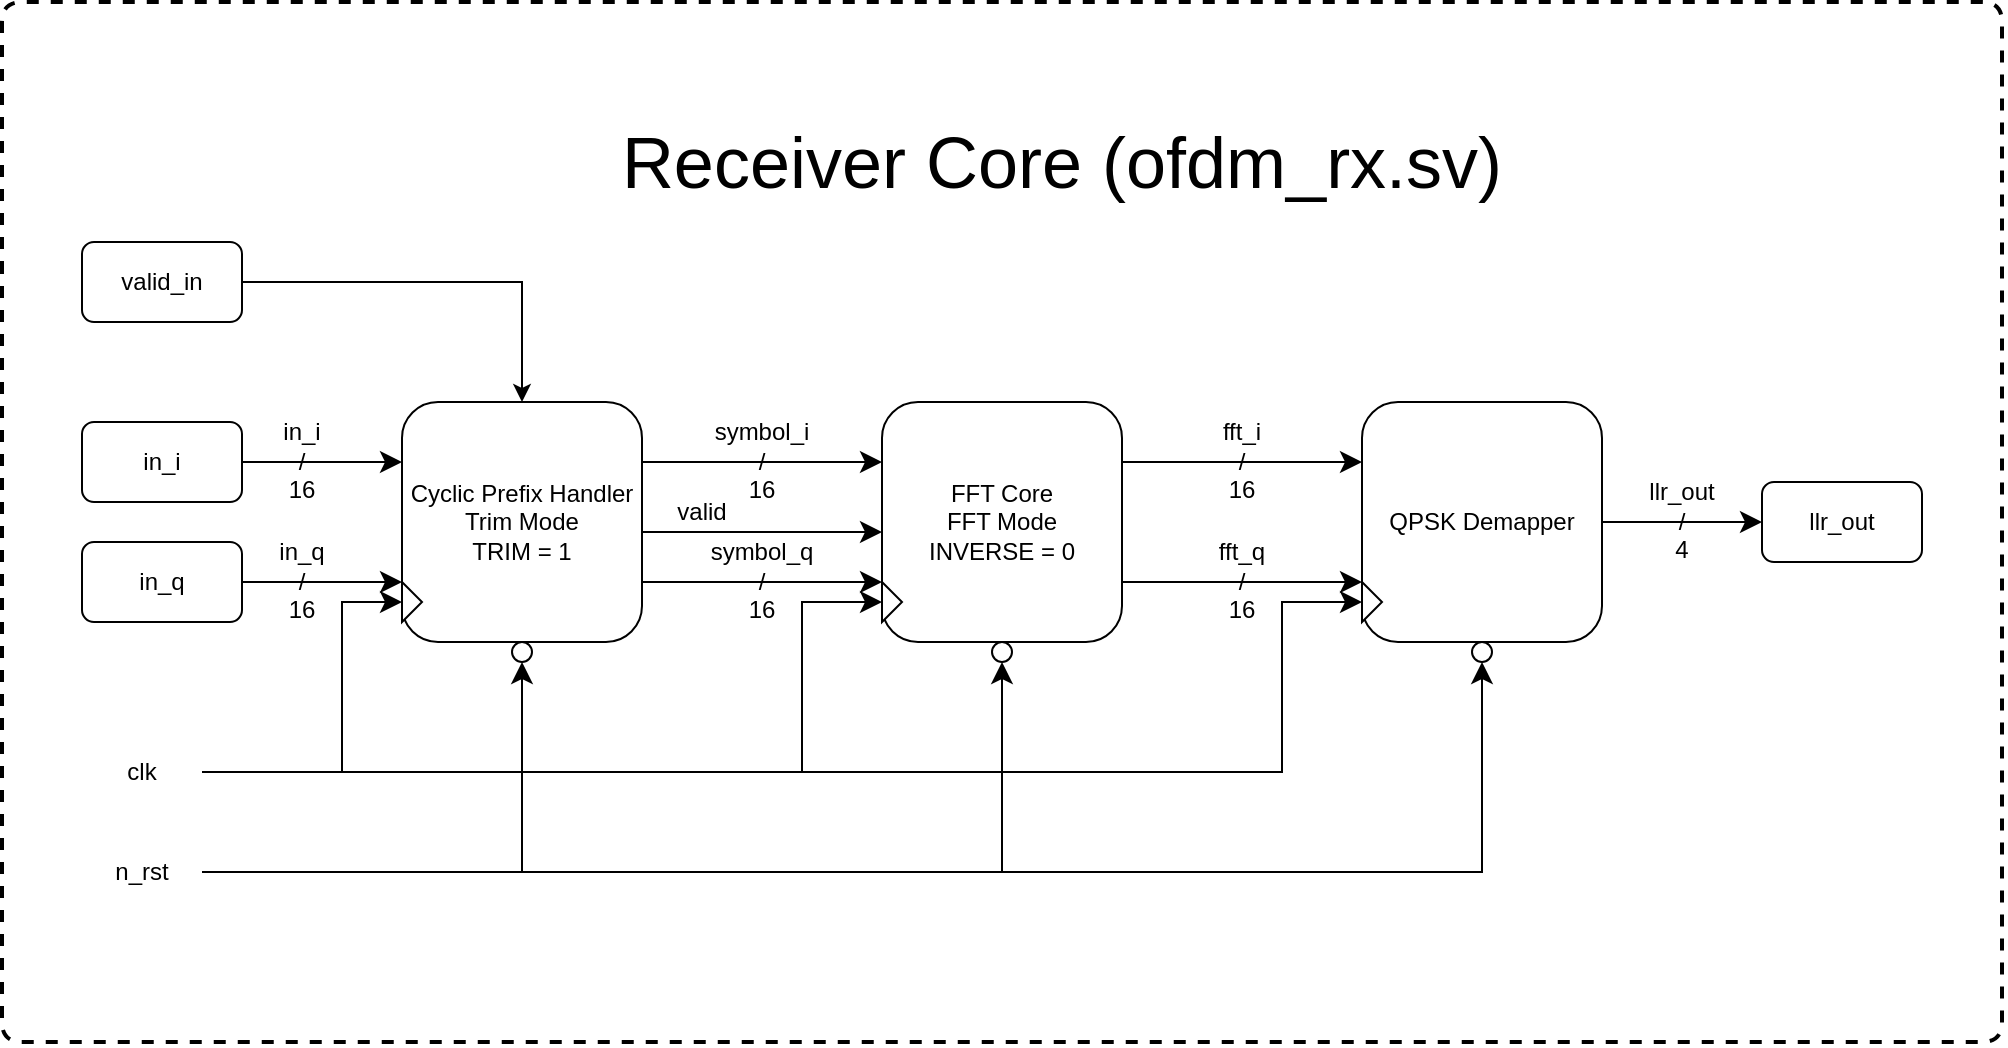
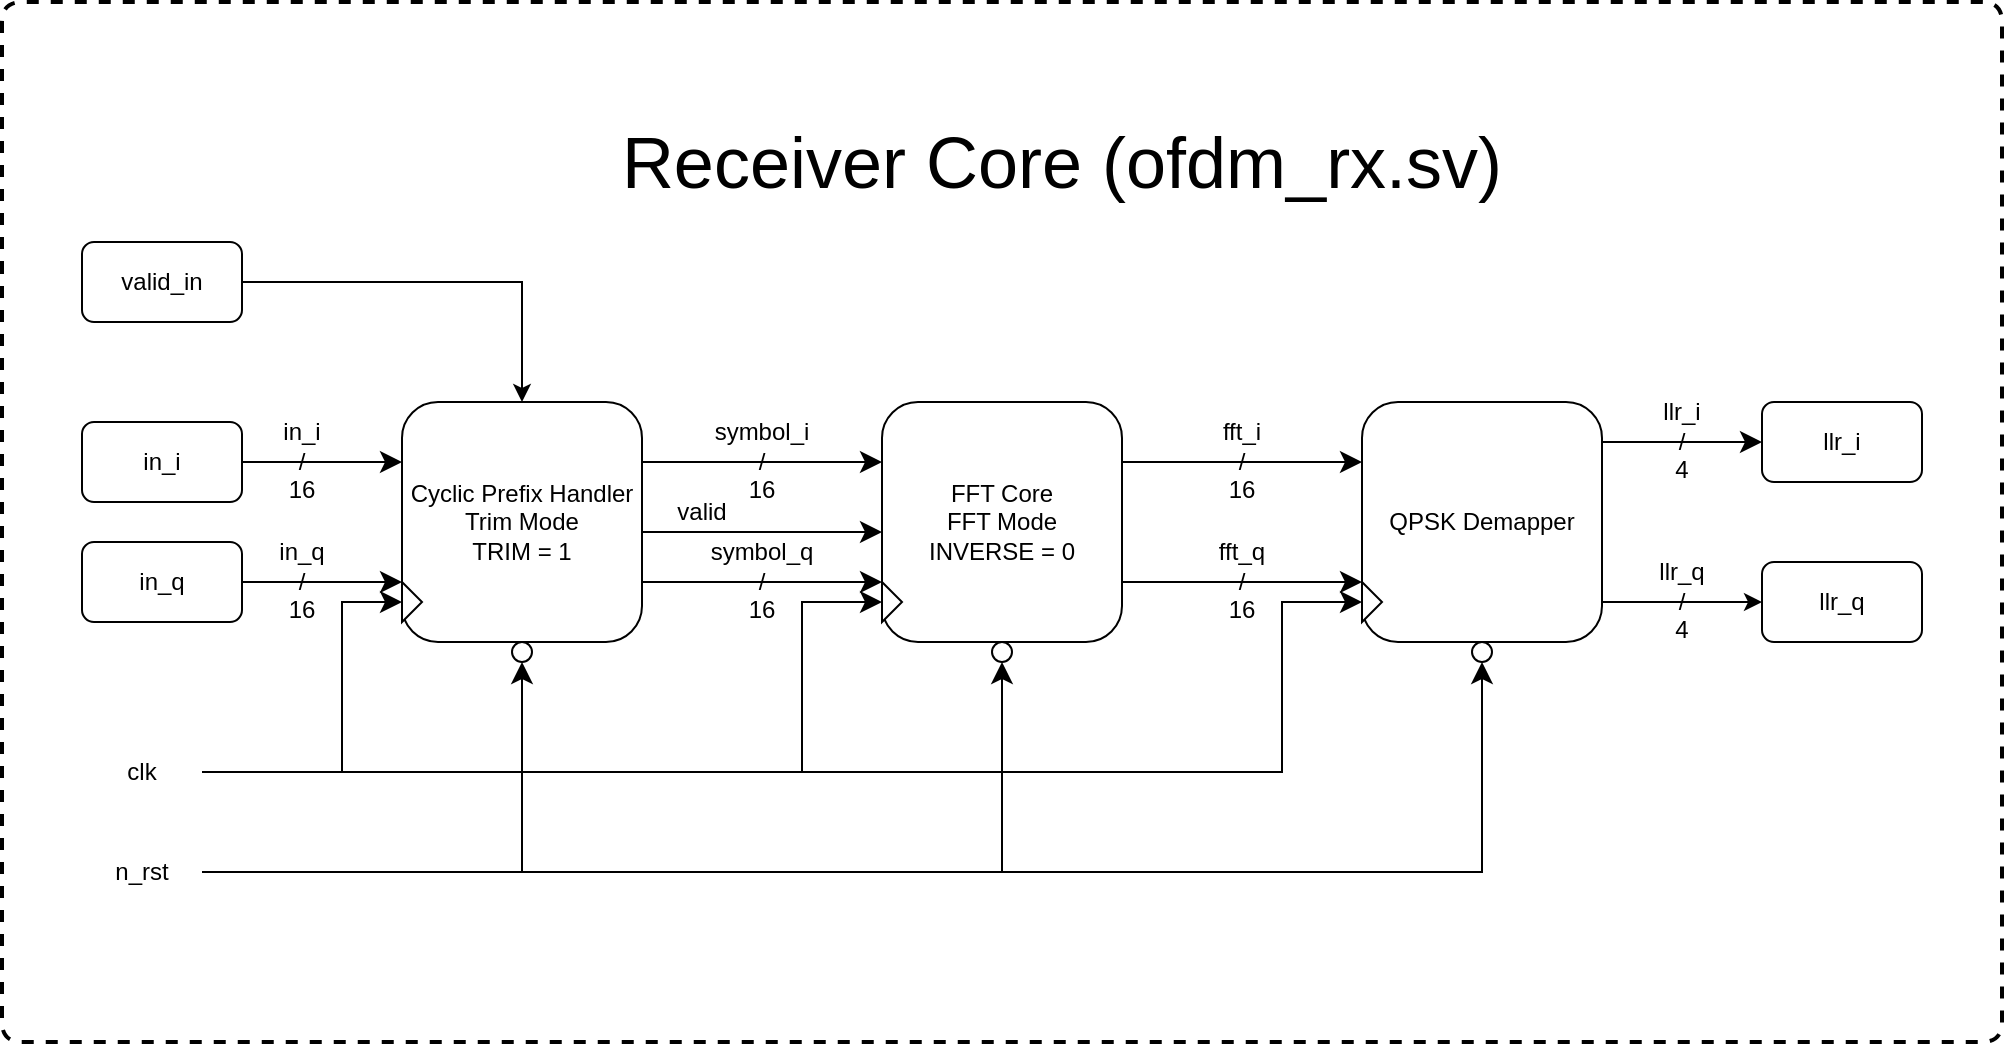
<mxfile host="app.diagrams.net">
  <diagram name="Page-1" id="vsrgYnheou2V2p97a6zX">
-     <mxGraphModel dx="1998" dy="733" grid="1" gridSize="10" guides="1" tooltips="1" connect="1" arrows="1" fold="1" page="1" pageScale="1" pageWidth="850" pageHeight="1100" math="0" shadow="0">
+     <mxGraphModel dx="1800" dy="607" grid="1" gridSize="10" guides="1" tooltips="1" connect="1" arrows="1" fold="1" page="1" pageScale="1" pageWidth="850" pageHeight="1100" math="0" shadow="0">
      <root>
        <mxCell id="0" />
        <mxCell id="1" parent="0" />
+         <mxCell id="W9M6_3In4EPOlWkdn6ju-3" parent="1" style="text;html=1;whiteSpace=wrap;strokeColor=none;fillColor=none;align=center;verticalAlign=middle;rounded=0;fontFamily=Helvetica;fontSize=12;fontColor=default;labelBackgroundColor=default;" value="&lt;div&gt;&lt;br&gt;&lt;/div&gt;&lt;div&gt;&lt;br&gt;&lt;/div&gt;llr_q&lt;br&gt;&lt;div&gt;/&lt;/div&gt;&lt;div&gt;4&lt;/div&gt;" vertex="1">
+           <mxGeometry height="30" width="60" x="770" y="310" as="geometry" />
+         </mxCell>
        <mxCell id="hyDuXx5uIsc8bR0PNMi4-63" parent="1" style="text;html=1;whiteSpace=wrap;strokeColor=none;fillColor=none;align=center;verticalAlign=middle;rounded=0;fontFamily=Helvetica;fontSize=12;fontColor=default;labelBackgroundColor=default;" value="&lt;div&gt;&lt;br&gt;&lt;/div&gt;&lt;div&gt;&lt;br&gt;&lt;/div&gt;in_q&lt;div&gt;/&lt;/div&gt;&lt;div&gt;16&lt;/div&gt;" vertex="1">
          <mxGeometry height="30" width="60" x="80" y="300" as="geometry" />
        </mxCell>
        <mxCell id="hyDuXx5uIsc8bR0PNMi4-64" parent="1" style="text;html=1;whiteSpace=wrap;strokeColor=none;fillColor=none;align=center;verticalAlign=middle;rounded=0;fontFamily=Helvetica;fontSize=12;fontColor=default;labelBackgroundColor=default;" value="&lt;div&gt;&lt;br&gt;&lt;/div&gt;&lt;div&gt;&lt;br&gt;&lt;/div&gt;in_i&lt;div&gt;/&lt;/div&gt;&lt;div&gt;16&lt;/div&gt;" vertex="1">
          <mxGeometry height="30" width="60" x="80" y="240" as="geometry" />
        </mxCell>
-         <mxCell id="hyDuXx5uIsc8bR0PNMi4-62" parent="1" style="text;html=1;whiteSpace=wrap;strokeColor=none;fillColor=none;align=center;verticalAlign=middle;rounded=0;fontFamily=Helvetica;fontSize=12;fontColor=default;labelBackgroundColor=default;" value="&lt;div&gt;&lt;br&gt;&lt;/div&gt;&lt;div&gt;&lt;br&gt;&lt;/div&gt;llr_out&lt;br&gt;&lt;div&gt;/&lt;/div&gt;&lt;div&gt;4&lt;/div&gt;" vertex="1">
-           <mxGeometry height="30" width="60" x="770" y="270" as="geometry" />
+         <mxCell id="hyDuXx5uIsc8bR0PNMi4-62" parent="1" style="text;html=1;whiteSpace=wrap;strokeColor=none;fillColor=none;align=center;verticalAlign=middle;rounded=0;fontFamily=Helvetica;fontSize=12;fontColor=default;labelBackgroundColor=default;" value="&lt;div&gt;&lt;br&gt;&lt;/div&gt;&lt;div&gt;&lt;br&gt;&lt;/div&gt;llr_i&lt;br&gt;&lt;div&gt;/&lt;/div&gt;&lt;div&gt;4&lt;/div&gt;" vertex="1">
+           <mxGeometry height="30" width="60" x="770" y="230" as="geometry" />
        </mxCell>
        <mxCell id="hyDuXx5uIsc8bR0PNMi4-19" parent="1" style="text;html=1;whiteSpace=wrap;strokeColor=none;fillColor=none;align=center;verticalAlign=middle;rounded=0;fontFamily=Helvetica;fontSize=12;fontColor=default;labelBackgroundColor=default;" value="&lt;div&gt;&lt;br&gt;&lt;/div&gt;&lt;div&gt;&lt;br&gt;&lt;/div&gt;symbol_q&lt;div&gt;/&lt;/div&gt;&lt;div&gt;16&lt;/div&gt;" vertex="1">
          <mxGeometry height="30" width="60" x="310" y="300" as="geometry" />
        </mxCell>
        <mxCell id="hyDuXx5uIsc8bR0PNMi4-18" parent="1" style="text;html=1;whiteSpace=wrap;strokeColor=none;fillColor=none;align=center;verticalAlign=middle;rounded=0;fontFamily=Helvetica;fontSize=12;fontColor=default;labelBackgroundColor=default;" value="&lt;div&gt;&lt;br&gt;&lt;/div&gt;&lt;div&gt;&lt;br&gt;&lt;/div&gt;symbol_i&lt;div&gt;/&lt;/div&gt;&lt;div&gt;16&lt;/div&gt;" vertex="1">
          <mxGeometry height="30" width="60" x="310" y="240" as="geometry" />
        </mxCell>
        <mxCell id="hyDuXx5uIsc8bR0PNMi4-8" edge="1" parent="1" source="hyDuXx5uIsc8bR0PNMi4-3" style="edgeStyle=orthogonalEdgeStyle;shape=connector;rounded=0;orthogonalLoop=1;jettySize=auto;html=1;exitX=1;exitY=0.75;exitDx=0;exitDy=0;entryX=0;entryY=0.75;entryDx=0;entryDy=0;strokeColor=default;align=center;verticalAlign=middle;fontFamily=Helvetica;fontSize=12;fontColor=default;labelBackgroundColor=default;startSize=8;endArrow=classic;endSize=8;" target="hyDuXx5uIsc8bR0PNMi4-6">
          <mxGeometry relative="1" as="geometry" />
        </mxCell>
        <mxCell id="hyDuXx5uIsc8bR0PNMi4-20" parent="1" style="text;html=1;whiteSpace=wrap;strokeColor=none;fillColor=none;align=center;verticalAlign=middle;rounded=0;fontFamily=Helvetica;fontSize=12;fontColor=default;labelBackgroundColor=default;" value="&lt;div&gt;&lt;br&gt;&lt;/div&gt;&lt;div&gt;&lt;br&gt;&lt;/div&gt;fft_q&lt;div&gt;/&lt;/div&gt;&lt;div&gt;16&lt;/div&gt;" vertex="1">
          <mxGeometry height="30" width="60" x="550" y="300" as="geometry" />
        </mxCell>
        <mxCell id="hyDuXx5uIsc8bR0PNMi4-21" parent="1" style="text;html=1;whiteSpace=wrap;strokeColor=none;fillColor=none;align=center;verticalAlign=middle;rounded=0;fontFamily=Helvetica;fontSize=12;fontColor=default;labelBackgroundColor=default;" value="&lt;div&gt;&lt;br&gt;&lt;/div&gt;&lt;div&gt;&lt;br&gt;&lt;/div&gt;fft_i&lt;div&gt;/&lt;/div&gt;&lt;div&gt;16&lt;/div&gt;" vertex="1">
          <mxGeometry height="30" width="60" x="550" y="240" as="geometry" />
        </mxCell>
        <mxCell id="hyDuXx5uIsc8bR0PNMi4-7" edge="1" parent="1" source="hyDuXx5uIsc8bR0PNMi4-3" style="edgeStyle=orthogonalEdgeStyle;shape=connector;rounded=0;orthogonalLoop=1;jettySize=auto;html=1;exitX=1;exitY=0.25;exitDx=0;exitDy=0;entryX=0;entryY=0.25;entryDx=0;entryDy=0;strokeColor=default;align=center;verticalAlign=middle;fontFamily=Helvetica;fontSize=12;fontColor=default;labelBackgroundColor=default;startSize=8;endArrow=classic;endSize=8;" target="hyDuXx5uIsc8bR0PNMi4-6">
          <mxGeometry relative="1" as="geometry" />
        </mxCell>
        <mxCell id="hyDuXx5uIsc8bR0PNMi4-3" parent="1" style="rounded=1;whiteSpace=wrap;html=1;" value="Cyclic Prefix Handler&lt;div&gt;Trim Mode&lt;/div&gt;&lt;div&gt;TRIM = 1&lt;/div&gt;" vertex="1">
          <mxGeometry height="120" width="120" x="160" y="240" as="geometry" />
        </mxCell>
        <mxCell id="hyDuXx5uIsc8bR0PNMi4-10" edge="1" parent="1" source="hyDuXx5uIsc8bR0PNMi4-6" style="edgeStyle=orthogonalEdgeStyle;shape=connector;rounded=0;orthogonalLoop=1;jettySize=auto;html=1;exitX=1;exitY=0.25;exitDx=0;exitDy=0;entryX=0;entryY=0.25;entryDx=0;entryDy=0;strokeColor=default;align=center;verticalAlign=middle;fontFamily=Helvetica;fontSize=12;fontColor=default;labelBackgroundColor=default;startSize=8;endArrow=classic;endSize=8;" target="hyDuXx5uIsc8bR0PNMi4-9">
          <mxGeometry relative="1" as="geometry" />
        </mxCell>
        <mxCell id="hyDuXx5uIsc8bR0PNMi4-11" edge="1" parent="1" source="hyDuXx5uIsc8bR0PNMi4-6" style="edgeStyle=orthogonalEdgeStyle;shape=connector;rounded=0;orthogonalLoop=1;jettySize=auto;html=1;exitX=1;exitY=0.75;exitDx=0;exitDy=0;entryX=0;entryY=0.75;entryDx=0;entryDy=0;strokeColor=default;align=center;verticalAlign=middle;fontFamily=Helvetica;fontSize=12;fontColor=default;labelBackgroundColor=default;startSize=8;endArrow=classic;endSize=8;" target="hyDuXx5uIsc8bR0PNMi4-9">
          <mxGeometry relative="1" as="geometry" />
        </mxCell>
        <mxCell id="WWBBv8itHnHFcoTcIOic-1" edge="1" parent="1" style="edgeStyle=none;curved=1;rounded=0;orthogonalLoop=1;jettySize=auto;html=1;exitX=1;exitY=0.5;exitDx=0;exitDy=0;entryX=0;entryY=0.5;entryDx=0;entryDy=0;fontSize=12;startSize=8;endSize=8;">
          <mxGeometry relative="1" as="geometry">
            <mxPoint x="280" y="305" as="sourcePoint" />
            <mxPoint x="400" y="305" as="targetPoint" />
          </mxGeometry>
        </mxCell>
        <mxCell id="hyDuXx5uIsc8bR0PNMi4-6" parent="1" style="rounded=1;whiteSpace=wrap;html=1;" value="FFT Core&lt;div&gt;FFT Mode&lt;/div&gt;&lt;div&gt;INVERSE = 0&lt;/div&gt;" vertex="1">
          <mxGeometry height="120" width="120" x="400" y="240" as="geometry" />
        </mxCell>
-         <mxCell id="hyDuXx5uIsc8bR0PNMi4-61" edge="1" parent="1" source="hyDuXx5uIsc8bR0PNMi4-9" style="edgeStyle=orthogonalEdgeStyle;shape=connector;rounded=0;orthogonalLoop=1;jettySize=auto;html=1;exitX=1;exitY=0.5;exitDx=0;exitDy=0;entryX=0;entryY=0.5;entryDx=0;entryDy=0;strokeColor=default;align=center;verticalAlign=middle;fontFamily=Helvetica;fontSize=12;fontColor=default;labelBackgroundColor=default;startSize=8;endArrow=classic;endSize=8;" target="hyDuXx5uIsc8bR0PNMi4-60">
-           <mxGeometry relative="1" as="geometry" />
+         <mxCell id="hyDuXx5uIsc8bR0PNMi4-61" edge="1" parent="1" source="hyDuXx5uIsc8bR0PNMi4-9" style="edgeStyle=orthogonalEdgeStyle;shape=connector;rounded=0;orthogonalLoop=1;jettySize=auto;html=1;exitX=1;exitY=0.25;exitDx=0;exitDy=0;entryX=0;entryY=0.5;entryDx=0;entryDy=0;strokeColor=default;align=center;verticalAlign=middle;fontFamily=Helvetica;fontSize=12;fontColor=default;labelBackgroundColor=default;startSize=8;endArrow=classic;endSize=8;" target="hyDuXx5uIsc8bR0PNMi4-60">
+           <mxGeometry relative="1" as="geometry">
+             <Array as="points">
+               <mxPoint x="760" y="260" />
+             </Array>
+           </mxGeometry>
+         </mxCell>
+         <mxCell id="W9M6_3In4EPOlWkdn6ju-2" edge="1" parent="1" source="hyDuXx5uIsc8bR0PNMi4-9" style="edgeStyle=orthogonalEdgeStyle;rounded=0;orthogonalLoop=1;jettySize=auto;html=1;exitX=1;exitY=0.75;exitDx=0;exitDy=0;entryX=0;entryY=0.5;entryDx=0;entryDy=0;" target="W9M6_3In4EPOlWkdn6ju-1">
+           <mxGeometry relative="1" as="geometry">
+             <Array as="points">
+               <mxPoint x="760" y="340" />
+             </Array>
+           </mxGeometry>
        </mxCell>
        <mxCell id="hyDuXx5uIsc8bR0PNMi4-9" parent="1" style="rounded=1;whiteSpace=wrap;html=1;" value="QPSK Demapper" vertex="1">
          <mxGeometry height="120" width="120" x="640" y="240" as="geometry" />
        </mxCell>
        <mxCell id="hyDuXx5uIsc8bR0PNMi4-24" parent="1" style="text;html=1;whiteSpace=wrap;strokeColor=none;fillColor=none;align=center;verticalAlign=middle;rounded=0;fontFamily=Helvetica;fontSize=36;fontColor=default;labelBackgroundColor=default;" value="Receiver Core (ofdm_rx.sv)" vertex="1">
          <mxGeometry height="100" width="500" x="240" y="70" as="geometry" />
        </mxCell>
        <mxCell id="hyDuXx5uIsc8bR0PNMi4-25" edge="1" parent="1" style="endArrow=none;dashed=1;html=1;strokeWidth=2;rounded=1;strokeColor=default;align=center;verticalAlign=middle;fontFamily=Helvetica;fontSize=12;fontColor=default;labelBackgroundColor=default;edgeStyle=orthogonalEdgeStyle;startSize=8;endSize=8;curved=0;" value=" ">
          <mxGeometry height="50" relative="1" width="50" as="geometry">
            <Array as="points">
              <mxPoint x="-40" y="560" />
              <mxPoint x="960" y="560" />
              <mxPoint x="960" y="40" />
              <mxPoint x="-40" y="40" />
            </Array>
            <mxPoint x="-40" y="170" as="sourcePoint" />
            <mxPoint x="-40" y="170" as="targetPoint" />
          </mxGeometry>
        </mxCell>
        <mxCell id="hyDuXx5uIsc8bR0PNMi4-53" edge="1" parent="1" source="hyDuXx5uIsc8bR0PNMi4-40" style="edgeStyle=orthogonalEdgeStyle;shape=connector;rounded=0;orthogonalLoop=1;jettySize=auto;html=1;exitX=1;exitY=0.5;exitDx=0;exitDy=0;entryX=0;entryY=0.5;entryDx=0;entryDy=0;strokeColor=default;align=center;verticalAlign=middle;fontFamily=Helvetica;fontSize=12;fontColor=default;labelBackgroundColor=default;startSize=8;endArrow=classic;endSize=8;" target="hyDuXx5uIsc8bR0PNMi4-44">
          <mxGeometry relative="1" as="geometry">
            <Array as="points">
              <mxPoint x="130" y="425" />
              <mxPoint x="130" y="340" />
            </Array>
          </mxGeometry>
        </mxCell>
        <mxCell id="hyDuXx5uIsc8bR0PNMi4-54" edge="1" parent="1" source="hyDuXx5uIsc8bR0PNMi4-40" style="edgeStyle=orthogonalEdgeStyle;shape=connector;rounded=0;orthogonalLoop=1;jettySize=auto;html=1;exitX=1;exitY=0.5;exitDx=0;exitDy=0;entryX=0;entryY=0.5;entryDx=0;entryDy=0;strokeColor=default;align=center;verticalAlign=middle;fontFamily=Helvetica;fontSize=12;fontColor=default;labelBackgroundColor=default;startSize=8;endArrow=classic;endSize=8;" target="hyDuXx5uIsc8bR0PNMi4-45">
          <mxGeometry relative="1" as="geometry">
            <Array as="points">
              <mxPoint x="360" y="425" />
              <mxPoint x="360" y="340" />
            </Array>
          </mxGeometry>
        </mxCell>
        <mxCell id="hyDuXx5uIsc8bR0PNMi4-55" edge="1" parent="1" source="hyDuXx5uIsc8bR0PNMi4-40" style="edgeStyle=orthogonalEdgeStyle;shape=connector;rounded=0;orthogonalLoop=1;jettySize=auto;html=1;exitX=1;exitY=0.5;exitDx=0;exitDy=0;entryX=0;entryY=0.5;entryDx=0;entryDy=0;strokeColor=default;align=center;verticalAlign=middle;fontFamily=Helvetica;fontSize=12;fontColor=default;labelBackgroundColor=default;startSize=8;endArrow=classic;endSize=8;" target="hyDuXx5uIsc8bR0PNMi4-46">
          <mxGeometry relative="1" as="geometry">
            <Array as="points">
              <mxPoint x="600" y="425" />
              <mxPoint x="600" y="340" />
            </Array>
          </mxGeometry>
        </mxCell>
        <mxCell id="hyDuXx5uIsc8bR0PNMi4-40" parent="1" style="text;html=1;whiteSpace=wrap;strokeColor=none;fillColor=none;align=center;verticalAlign=middle;rounded=0;fontFamily=Helvetica;fontSize=12;fontColor=default;labelBackgroundColor=default;" value="clk" vertex="1">
          <mxGeometry height="30" width="60" y="410" as="geometry" />
        </mxCell>
        <mxCell id="hyDuXx5uIsc8bR0PNMi4-50" edge="1" parent="1" source="hyDuXx5uIsc8bR0PNMi4-41" style="edgeStyle=orthogonalEdgeStyle;shape=connector;rounded=0;orthogonalLoop=1;jettySize=auto;html=1;exitX=1;exitY=0.5;exitDx=0;exitDy=0;entryX=0.5;entryY=1;entryDx=0;entryDy=0;strokeColor=default;align=center;verticalAlign=middle;fontFamily=Helvetica;fontSize=12;fontColor=default;labelBackgroundColor=default;startSize=8;endArrow=classic;endSize=8;" target="hyDuXx5uIsc8bR0PNMi4-47">
          <mxGeometry relative="1" as="geometry" />
        </mxCell>
        <mxCell id="hyDuXx5uIsc8bR0PNMi4-51" edge="1" parent="1" source="hyDuXx5uIsc8bR0PNMi4-41" style="edgeStyle=orthogonalEdgeStyle;shape=connector;rounded=0;orthogonalLoop=1;jettySize=auto;html=1;exitX=1;exitY=0.5;exitDx=0;exitDy=0;entryX=0.5;entryY=1;entryDx=0;entryDy=0;strokeColor=default;align=center;verticalAlign=middle;fontFamily=Helvetica;fontSize=12;fontColor=default;labelBackgroundColor=default;startSize=8;endArrow=classic;endSize=8;" target="hyDuXx5uIsc8bR0PNMi4-48">
          <mxGeometry relative="1" as="geometry" />
        </mxCell>
        <mxCell id="hyDuXx5uIsc8bR0PNMi4-52" edge="1" parent="1" source="hyDuXx5uIsc8bR0PNMi4-41" style="edgeStyle=orthogonalEdgeStyle;shape=connector;rounded=0;orthogonalLoop=1;jettySize=auto;html=1;exitX=1;exitY=0.5;exitDx=0;exitDy=0;entryX=0.5;entryY=1;entryDx=0;entryDy=0;strokeColor=default;align=center;verticalAlign=middle;fontFamily=Helvetica;fontSize=12;fontColor=default;labelBackgroundColor=default;startSize=8;endArrow=classic;endSize=8;" target="hyDuXx5uIsc8bR0PNMi4-49">
          <mxGeometry relative="1" as="geometry" />
        </mxCell>
        <mxCell id="hyDuXx5uIsc8bR0PNMi4-41" parent="1" style="text;html=1;whiteSpace=wrap;strokeColor=none;fillColor=none;align=center;verticalAlign=middle;rounded=0;fontFamily=Helvetica;fontSize=12;fontColor=default;labelBackgroundColor=default;" value="n_rst" vertex="1">
          <mxGeometry height="30" width="60" y="460" as="geometry" />
        </mxCell>
        <mxCell id="hyDuXx5uIsc8bR0PNMi4-44" parent="1" style="triangle;whiteSpace=wrap;html=1;fontFamily=Helvetica;fontSize=12;fontColor=default;labelBackgroundColor=default;" value="" vertex="1">
          <mxGeometry height="20" width="10" x="160" y="330" as="geometry" />
        </mxCell>
        <mxCell id="hyDuXx5uIsc8bR0PNMi4-45" parent="1" style="triangle;whiteSpace=wrap;html=1;fontFamily=Helvetica;fontSize=12;fontColor=default;labelBackgroundColor=default;" value="" vertex="1">
          <mxGeometry height="20" width="10" x="400" y="330" as="geometry" />
        </mxCell>
        <mxCell id="hyDuXx5uIsc8bR0PNMi4-46" parent="1" style="triangle;whiteSpace=wrap;html=1;fontFamily=Helvetica;fontSize=12;fontColor=default;labelBackgroundColor=default;" value="" vertex="1">
          <mxGeometry height="20" width="10" x="640" y="330" as="geometry" />
        </mxCell>
        <mxCell id="hyDuXx5uIsc8bR0PNMi4-47" parent="1" style="ellipse;whiteSpace=wrap;html=1;aspect=fixed;fontFamily=Helvetica;fontSize=12;fontColor=default;labelBackgroundColor=default;" value="" vertex="1">
          <mxGeometry height="10" width="10" x="215" y="360" as="geometry" />
        </mxCell>
        <mxCell id="hyDuXx5uIsc8bR0PNMi4-48" parent="1" style="ellipse;whiteSpace=wrap;html=1;aspect=fixed;fontFamily=Helvetica;fontSize=12;fontColor=default;labelBackgroundColor=default;" value="" vertex="1">
          <mxGeometry height="10" width="10" x="455" y="360" as="geometry" />
        </mxCell>
        <mxCell id="hyDuXx5uIsc8bR0PNMi4-49" parent="1" style="ellipse;whiteSpace=wrap;html=1;aspect=fixed;fontFamily=Helvetica;fontSize=12;fontColor=default;labelBackgroundColor=default;" value="" vertex="1">
          <mxGeometry height="10" width="10" x="695" y="360" as="geometry" />
        </mxCell>
        <mxCell id="hyDuXx5uIsc8bR0PNMi4-58" edge="1" parent="1" source="hyDuXx5uIsc8bR0PNMi4-56" style="edgeStyle=orthogonalEdgeStyle;shape=connector;rounded=0;orthogonalLoop=1;jettySize=auto;html=1;exitX=1;exitY=0.5;exitDx=0;exitDy=0;entryX=0;entryY=0.25;entryDx=0;entryDy=0;strokeColor=default;align=center;verticalAlign=middle;fontFamily=Helvetica;fontSize=12;fontColor=default;labelBackgroundColor=default;startSize=8;endArrow=classic;endSize=8;" target="hyDuXx5uIsc8bR0PNMi4-3">
          <mxGeometry relative="1" as="geometry" />
        </mxCell>
        <mxCell id="hyDuXx5uIsc8bR0PNMi4-56" parent="1" style="rounded=1;whiteSpace=wrap;html=1;fontFamily=Helvetica;fontSize=12;fontColor=default;labelBackgroundColor=default;" value="in_i" vertex="1">
          <mxGeometry height="40" width="80" y="250" as="geometry" />
        </mxCell>
        <mxCell id="hyDuXx5uIsc8bR0PNMi4-59" edge="1" parent="1" source="hyDuXx5uIsc8bR0PNMi4-57" style="edgeStyle=orthogonalEdgeStyle;shape=connector;rounded=0;orthogonalLoop=1;jettySize=auto;html=1;exitX=1;exitY=0.5;exitDx=0;exitDy=0;entryX=0;entryY=0.75;entryDx=0;entryDy=0;strokeColor=default;align=center;verticalAlign=middle;fontFamily=Helvetica;fontSize=12;fontColor=default;labelBackgroundColor=default;startSize=8;endArrow=classic;endSize=8;" target="hyDuXx5uIsc8bR0PNMi4-3">
          <mxGeometry relative="1" as="geometry" />
        </mxCell>
        <mxCell id="hyDuXx5uIsc8bR0PNMi4-57" parent="1" style="rounded=1;whiteSpace=wrap;html=1;fontFamily=Helvetica;fontSize=12;fontColor=default;labelBackgroundColor=default;" value="in_q" vertex="1">
          <mxGeometry height="40" width="80" y="310" as="geometry" />
        </mxCell>
-         <mxCell id="hyDuXx5uIsc8bR0PNMi4-60" parent="1" style="rounded=1;whiteSpace=wrap;html=1;fontFamily=Helvetica;fontSize=12;fontColor=default;labelBackgroundColor=default;" value="llr_out" vertex="1">
-           <mxGeometry height="40" width="80" x="840" y="280" as="geometry" />
+         <mxCell id="hyDuXx5uIsc8bR0PNMi4-60" parent="1" style="rounded=1;whiteSpace=wrap;html=1;fontFamily=Helvetica;fontSize=12;fontColor=default;labelBackgroundColor=default;" value="llr_i" vertex="1">
+           <mxGeometry height="40" width="80" x="840" y="240" as="geometry" />
        </mxCell>
        <mxCell id="WWBBv8itHnHFcoTcIOic-3" parent="1" style="text;html=1;whiteSpace=wrap;strokeColor=none;fillColor=none;align=center;verticalAlign=middle;rounded=0;" value="valid" vertex="1">
          <mxGeometry height="30" width="60" x="280" y="280" as="geometry" />
        </mxCell>
        <mxCell id="H8hrj6BfgOLhWl7LOoB9-2" edge="1" parent="1" source="H8hrj6BfgOLhWl7LOoB9-1" style="edgeStyle=orthogonalEdgeStyle;rounded=0;orthogonalLoop=1;jettySize=auto;html=1;exitX=1;exitY=0.5;exitDx=0;exitDy=0;" target="hyDuXx5uIsc8bR0PNMi4-3">
          <mxGeometry relative="1" as="geometry" />
        </mxCell>
        <mxCell id="H8hrj6BfgOLhWl7LOoB9-1" parent="1" style="rounded=1;whiteSpace=wrap;html=1;fontFamily=Helvetica;fontSize=12;fontColor=default;labelBackgroundColor=default;" value="valid_in" vertex="1">
          <mxGeometry height="40" width="80" y="160" as="geometry" />
        </mxCell>
+         <mxCell id="W9M6_3In4EPOlWkdn6ju-1" parent="1" style="rounded=1;whiteSpace=wrap;html=1;fontFamily=Helvetica;fontSize=12;fontColor=default;labelBackgroundColor=default;" value="llr_q" vertex="1">
+           <mxGeometry height="40" width="80" x="840" y="320" as="geometry" />
+         </mxCell>
      </root>
    </mxGraphModel>
  </diagram>
</mxfile>
